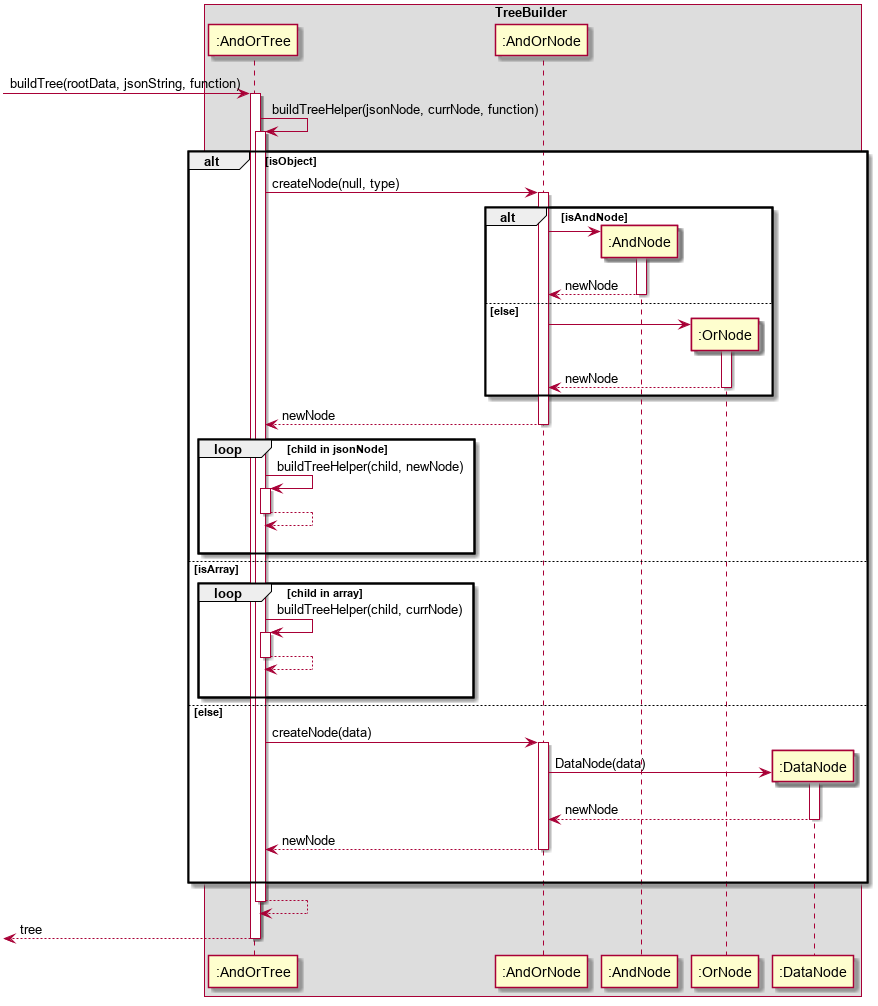
Earlier version of the PlantUML export docs/images/ryanytan-AndOrSequenceDiagramSimplified.png (nus-cs2103-AY1920S1/addressbook-level3). Source of this version:
```plantuml
@startuml
autoactivate on

box TreeBuilder
participant ":AndOrTree" as AndOrTree
participant ":AndOrNode" as AndOrNode
participant ":AndNode" as AndNode
participant ":OrNode" as OrNode
participant ":DataNode" as DataNode
end box

[-> AndOrTree : buildTree(rootData, jsonString, function)
    AndOrTree -> AndOrTree : buildTreeHelper(jsonNode, currNode, function)
        alt isObject
            AndOrTree -> AndOrNode : createNode(null, type)
                alt isAndNode
                    create AndNode
                    AndOrNode -> AndNode
                        return newNode
                else else
                    create OrNode
                    AndOrNode -> OrNode
                        return newNode
                end
                return newNode


            loop child in jsonNode
                AndOrTree -> AndOrTree : buildTreeHelper(child, newNode)
                return
                |||
            end

        else isArray

            loop child in array
                AndOrTree -> AndOrTree : buildTreeHelper(child, currNode)
                    return
                |||
            end

        else else

            AndOrTree -> AndOrNode : createNode(data)
                create DataNode
                AndOrNode -> DataNode : DataNode(data)
                    return newNode
                return newNode
                |||

        end
        return
[<--AndOrTree : tree

@enduml
```
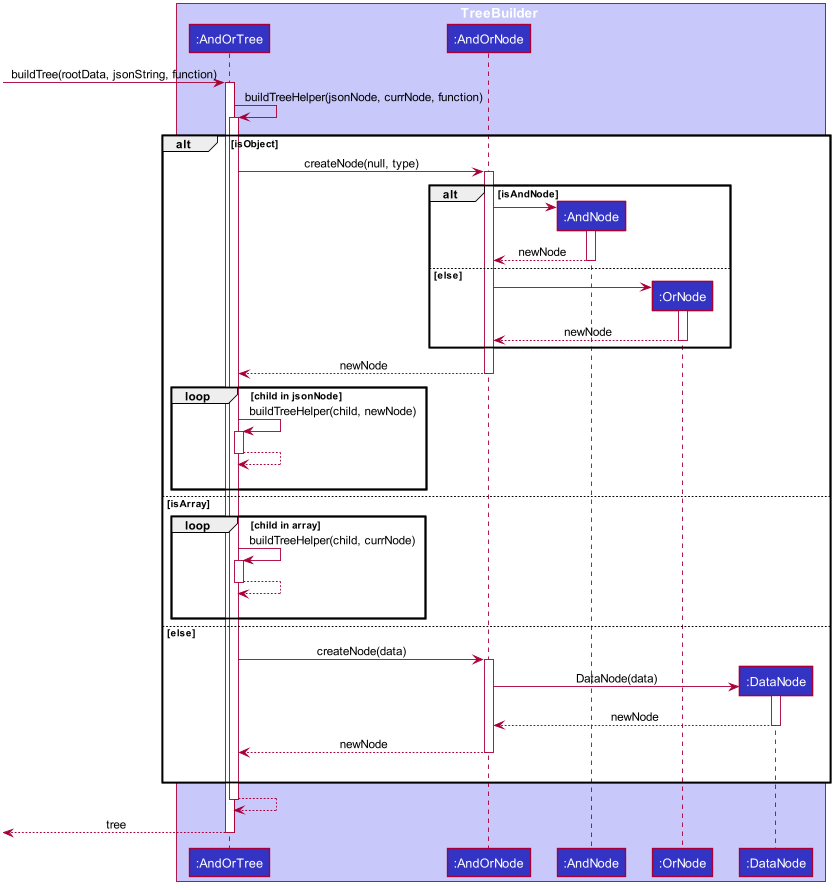
After the commit.

The edit, as a diff of the source:
```diff
@@ -1,12 +1,60 @@
 @startuml
+
+
+
+
+
+
+
+
+skinparam BackgroundColor #FFFFFFF
+
+skinparam Shadowing false
+
+skinparam Class {
+    FontColor #FFFFFF
+    BorderThickness 1
+    BorderColor #FFFFFF
+    StereotypeFontColor #FFFFFF
+    FontName Arial
+    ClassAttributeFontColor #FFFFFFF
+}
+
+skinparam Actor {
+    BorderColor #000000
+    Color #000000
+    FontName Arial
+}
+
+skinparam Sequence {
+    MessageAlign center
+    BoxFontSize 15
+    BoxPadding 0
+    BoxFontColor #FFFFFF
+    FontName Arial
+}
+
+skinparam Participant {
+    FontColor #FFFFFFF
+    Padding 20
+}
+
+skinparam MinClassWidth 50
+skinparam ParticipantPadding 10
+skinparam Shadowing false
+skinparam DefaultTextAlignment center
+skinparam packageStyle Rectangle
+
+hide circle
+hide members
 autoactivate on
 
-box TreeBuilder
-participant ":AndOrTree" as AndOrTree
-participant ":AndOrNode" as AndOrNode
-participant ":AndNode" as AndNode
-participant ":OrNode" as OrNode
-participant ":DataNode" as DataNode
+box TreeBuilder #C8C8FA
+participant ":AndOrTree" as AndOrTree #3333C4
+participant ":AndOrNode" as AndOrNode #3333C4
+participant ":AndNode" as AndNode #3333C4
+participant ":OrNode" as OrNode #3333C4
+participant ":DataNode" as DataNode #3333C4
 end box
 
 [-> AndOrTree : buildTree(rootData, jsonString, function)
```
